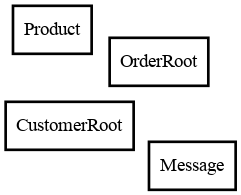
Earlier version of the Graphviz export shop-doc/img/shop.png (pousse-cafe/pousse-cafe.github.io). Its source is kept beside it as shop-doc/img/shop.dot.
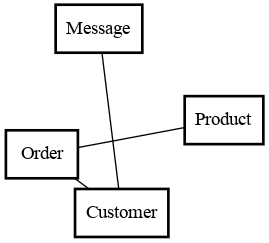
Later version of the same file.

What changed in the source:
```diff
@@ -1,8 +1,11 @@
 graph {
 splines=spline;
 overlap=false;
-"CustomerRoot"[shape=box,style=bold];
+"Order" -- "Product" [style=solid];
+"Customer" -- "Message" [style=solid];
+"Customer" -- "Order" [style=solid];
+"Order"[shape=box,style=bold];
 "Message"[shape=box,style=bold];
+"Customer"[shape=box,style=bold];
 "Product"[shape=box,style=bold];
-"OrderRoot"[shape=box,style=bold];
 }
```
